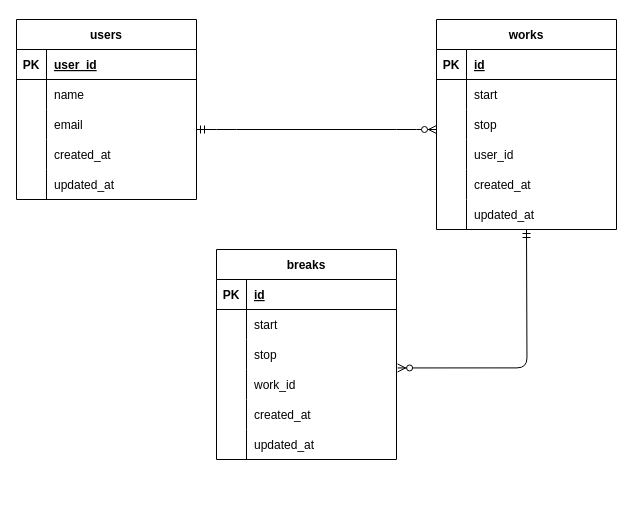
yanagidachiaki/atte keeps this draw.io diagram as a.drawio. Above is the earlier version. Source tidied: cells renumbered, new cells numbered last; positions are measured from the earlier drawing's top-left corner, leaving out a move shared by most shapes. Both pictures are drawn from the tidied source at 100%, with x=0, y=0 at pixel (16, 19).
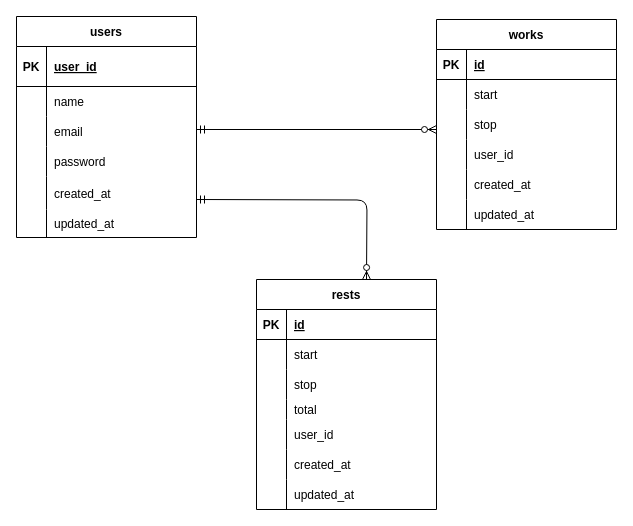
Above is the later version.

The edit, as a diff of the source:
```diff
@@
     <mxCell id="2" value="users" style="shape=table;startSize=30;childLayout=tableLayout;rowLines=0;fontStyle=1;align=center;" parent="1" vertex="1">
-      <mxGeometry width="180" height="180" as="geometry" />
+      <mxGeometry y="-3" width="180" height="221" as="geometry" />
     </mxCell>
     <mxCell id="3" style="shape=tableRow;horizontal=0;startSize=0;swimlaneHead=0;swimlaneBody=0;fillColor=none;top=0;left=0;right=0;bottom=1;" parent="2" vertex="1">
-      <mxGeometry y="30" width="180" height="30" as="geometry" />
+      <mxGeometry y="30" width="180" height="40" as="geometry" />
     </mxCell>
     <mxCell id="4" value="PK" style="shape=partialRectangle;fillColor=none;top=0;left=0;bottom=0;right=0;fontStyle=1;overflow=hidden;" parent="3" vertex="1">
-      <mxGeometry width="30" height="30" as="geometry" />
+      <mxGeometry width="30" height="40" as="geometry" />
     </mxCell>
     <mxCell id="5" value="user_id" style="shape=partialRectangle;fillColor=none;top=0;left=0;bottom=0;right=0;align=left;spacingLeft=6;fontStyle=5;overflow=hidden;" parent="3" vertex="1">
-      <mxGeometry x="30" width="150" height="30" as="geometry" />
+      <mxGeometry x="30" width="150" height="40" as="geometry" />
     </mxCell>
     <mxCell id="6" style="shape=tableRow;horizontal=0;startSize=0;swimlaneHead=0;swimlaneBody=0;fillColor=none;top=0;left=0;right=0;bottom=0;" parent="2" vertex="1">
-      <mxGeometry y="60" width="180" height="30" as="geometry" />
+      <mxGeometry y="70" width="180" height="30" as="geometry" />
     </mxCell>
@@
     <mxCell id="9" style="shape=tableRow;horizontal=0;startSize=0;swimlaneHead=0;swimlaneBody=0;fillColor=none;top=0;left=0;right=0;bottom=0;" parent="2" vertex="1">
-      <mxGeometry y="90" width="180" height="30" as="geometry" />
+      <mxGeometry y="100" width="180" height="30" as="geometry" />
     </mxCell>
@@
+    <mxCell id="58" style="shape=tableRow;horizontal=0;startSize=0;swimlaneHead=0;swimlaneBody=0;fillColor=none;top=0;left=0;right=0;bottom=0;" parent="2" vertex="1">
+      <mxGeometry y="130" width="180" height="30" as="geometry" />
+    </mxCell>
+    <mxCell id="59" style="shape=partialRectangle;fillColor=none;top=0;left=0;bottom=0;right=0;overflow=hidden;" parent="58" vertex="1">
+      <mxGeometry width="30" height="30" as="geometry" />
+    </mxCell>
+    <mxCell id="60" value="password    " style="shape=partialRectangle;fillColor=none;top=0;left=0;bottom=0;right=0;align=left;spacingLeft=6;overflow=hidden;" parent="58" vertex="1">
+      <mxGeometry x="30" width="150" height="30" as="geometry" />
+    </mxCell>
     <mxCell id="12" style="shape=tableRow;horizontal=0;startSize=0;swimlaneHead=0;swimlaneBody=0;fillColor=none;top=0;left=0;right=0;bottom=0;" parent="2" vertex="1">
-      <mxGeometry y="120" width="180" height="30" as="geometry" />
+      <mxGeometry y="160" width="180" height="33" as="geometry" />
     </mxCell>
     <mxCell id="13" style="shape=partialRectangle;fillColor=none;top=0;left=0;bottom=0;right=0;overflow=hidden;" parent="12" vertex="1">
-      <mxGeometry width="30" height="30" as="geometry" />
+      <mxGeometry width="30" height="33" as="geometry" />
     </mxCell>
     <mxCell id="14" value="created_at" style="shape=partialRectangle;fillColor=none;top=0;left=0;bottom=0;right=0;align=left;spacingLeft=6;overflow=hidden;" parent="12" vertex="1">
-      <mxGeometry x="30" width="150" height="30" as="geometry" />
+      <mxGeometry x="30" width="150" height="33" as="geometry" />
     </mxCell>
     <mxCell id="15" style="shape=tableRow;horizontal=0;startSize=0;swimlaneHead=0;swimlaneBody=0;fillColor=none;top=0;left=0;right=0;bottom=0;" parent="2" vertex="1">
-      <mxGeometry y="150" width="180" height="30" as="geometry" />
+      <mxGeometry y="193" width="180" height="28" as="geometry" />
     </mxCell>
     <mxCell id="16" style="shape=partialRectangle;fillColor=none;top=0;left=0;bottom=0;right=0;overflow=hidden;" parent="15" vertex="1">
-      <mxGeometry width="30" height="30" as="geometry" />
+      <mxGeometry width="30" height="28" as="geometry" />
     </mxCell>
     <mxCell id="17" value="updated_at" style="shape=partialRectangle;fillColor=none;top=0;left=0;bottom=0;right=0;align=left;spacingLeft=6;overflow=hidden;" parent="15" vertex="1">
-      <mxGeometry x="30" width="150" height="30" as="geometry" />
+      <mxGeometry x="30" width="150" height="28" as="geometry" />
     </mxCell>
@@
-    <mxCell id="37" value="breaks" style="shape=table;startSize=30;childLayout=tableLayout;rowLines=0;fontStyle=1;align=center;" parent="1" vertex="1">
-      <mxGeometry x="200" y="230" width="180" height="210" as="geometry" />
+    <mxCell id="37" value="rests" style="shape=table;startSize=30;childLayout=tableLayout;rowLines=0;fontStyle=1;align=center;" parent="1" vertex="1">
+      <mxGeometry x="240" y="260" width="180" height="230" as="geometry" />
     </mxCell>
@@
+    <mxCell id="61" style="shape=tableRow;horizontal=0;startSize=0;swimlaneHead=0;swimlaneBody=0;fillColor=none;top=0;left=0;right=0;bottom=0;" parent="37" vertex="1">
+      <mxGeometry y="120" width="180" height="20" as="geometry" />
+    </mxCell>
+    <mxCell id="62" value="    " style="shape=partialRectangle;fillColor=none;top=0;left=0;bottom=0;right=0;overflow=hidden;" parent="61" vertex="1">
+      <mxGeometry width="30" height="20" as="geometry" />
+    </mxCell>
+    <mxCell id="63" value="total" style="shape=partialRectangle;fillColor=none;top=0;left=0;bottom=0;right=0;align=left;spacingLeft=6;overflow=hidden;" parent="61" vertex="1">
+      <mxGeometry x="30" width="150" height="20" as="geometry" />
+    </mxCell>
     <mxCell id="47" style="shape=tableRow;horizontal=0;startSize=0;swimlaneHead=0;swimlaneBody=0;fillColor=none;points=[[0,0.5],[1,0.5]];portConstraint=eastwest;top=0;left=0;right=0;bottom=0;" parent="37" vertex="1">
-      <mxGeometry y="120" width="180" height="30" as="geometry" />
+      <mxGeometry y="140" width="180" height="30" as="geometry" />
     </mxCell>
@@
-    <mxCell id="49" value="work_id" style="shape=partialRectangle;fillColor=none;top=0;left=0;bottom=0;right=0;align=left;spacingLeft=6;overflow=hidden;" parent="47" vertex="1">
+    <mxCell id="49" value="user_id" style="shape=partialRectangle;fillColor=none;top=0;left=0;bottom=0;right=0;align=left;spacingLeft=6;overflow=hidden;" parent="47" vertex="1">
       <mxGeometry x="30" width="150" height="30" as="geometry" />
     </mxCell>
     <mxCell id="50" style="shape=tableRow;horizontal=0;startSize=0;swimlaneHead=0;swimlaneBody=0;fillColor=none;top=0;left=0;right=0;bottom=0;" parent="37" vertex="1">
-      <mxGeometry y="150" width="180" height="30" as="geometry" />
+      <mxGeometry y="170" width="180" height="30" as="geometry" />
     </mxCell>
@@
     <mxCell id="53" style="shape=tableRow;horizontal=0;startSize=0;swimlaneHead=0;swimlaneBody=0;fillColor=none;top=0;left=0;right=0;bottom=0;" parent="37" vertex="1">
-      <mxGeometry y="180" width="180" height="30" as="geometry" />
+      <mxGeometry y="200" width="180" height="30" as="geometry" />
     </mxCell>
@@
-    <mxCell id="56" style="edgeStyle=entityRelationEdgeStyle;fontSize=12;html=1;endArrow=ERzeroToMany;startArrow=ERmandOne;" parent="1" edge="1">
+    <mxCell id="56" style="edgeStyle=orthogonalEdgeStyle;fontSize=12;html=1;endArrow=ERzeroToMany;startArrow=ERmandOne;" parent="1" edge="1">
       <mxGeometry relative="1" as="geometry">
         <mxPoint x="180" y="110" as="sourcePoint" />
         <mxPoint x="420" y="110" as="targetPoint" />
       </mxGeometry>
     </mxCell>
-    <mxCell id="57" style="edgeStyle=orthogonalEdgeStyle;fontSize=12;html=1;endArrow=ERzeroToMany;startArrow=ERmandOne;entryX=1.006;entryY=-0.052;entryDx=0;entryDy=0;entryPerimeter=0;elbow=vertical;" parent="1" edge="1" target="47">
-      <mxGeometry relative="1" as="geometry">
-        <mxPoint x="510" y="210" as="sourcePoint" />
-      </mxGeometry>
-    </mxCell>
+    <mxCell id="64" style="edgeStyle=orthogonalEdgeStyle;fontSize=12;html=1;endArrow=ERzeroToMany;startArrow=ERmandOne;" parent="1" edge="1">
+      <mxGeometry relative="1" as="geometry">
+        <mxPoint x="180" y="180" as="sourcePoint" />
+        <mxPoint x="350" y="260" as="targetPoint" />
+      </mxGeometry>
+    </mxCell>
```
